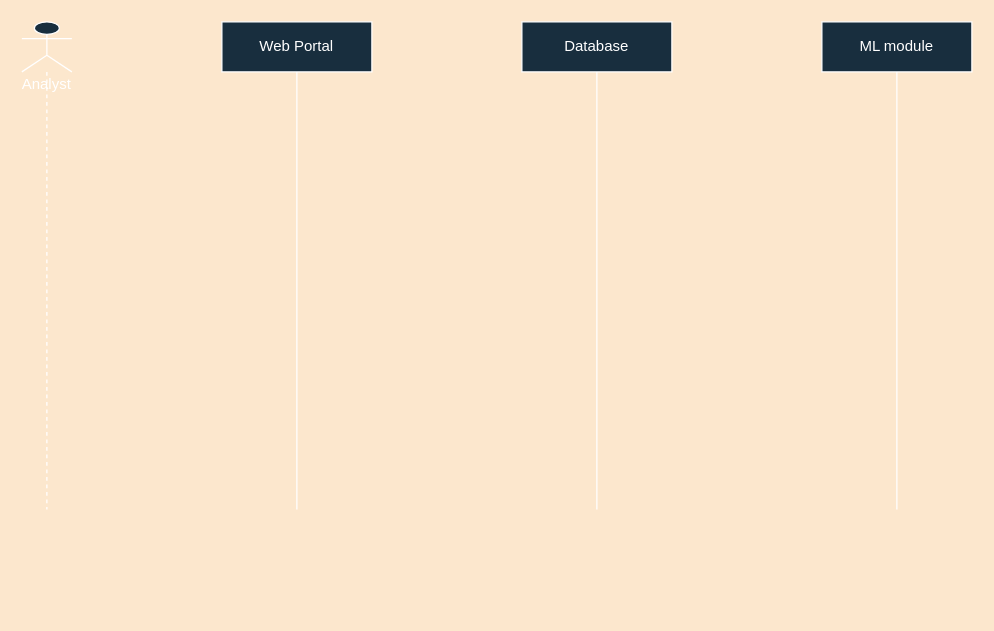
The draw.io diagram system_sequence_GBSD.drawio in mabdulrafea101/sohaib_fyp_docs, before the edit. Source tidied: cells renumbered, new cells numbered last; positions are measured from the earlier drawing's top-left corner, leaving out a move shared by most shapes. Both pictures are drawn from the tidied source at 125%, with x=0, y=0 at pixel (21, 21).
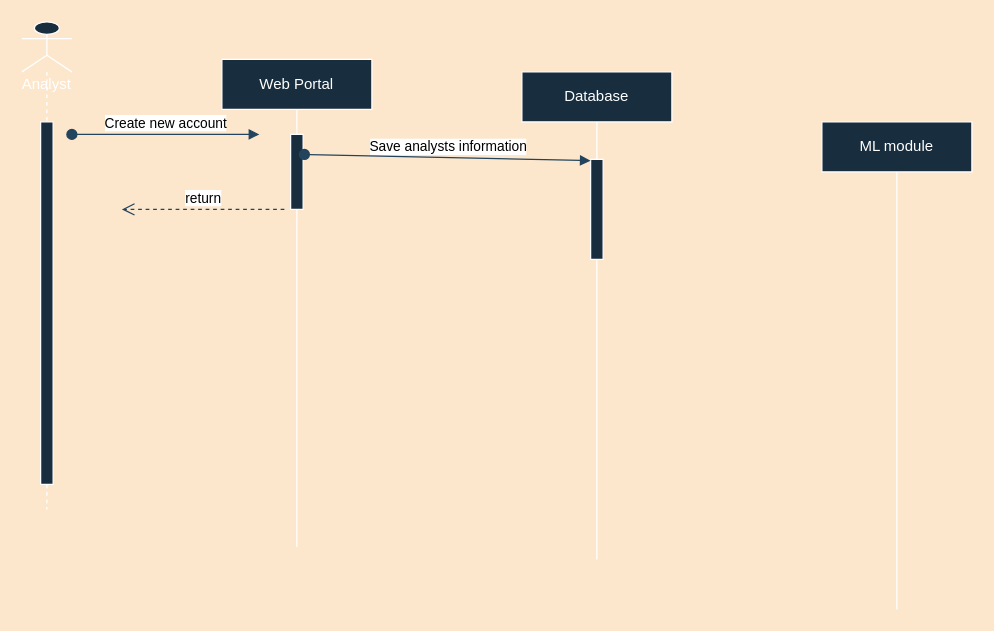
The same page after the edit.

What changed in the source:
```diff
@@
 <mxGraphModel background="#FCE7CD">
   <root>
     <mxCell id="0" />
     <mxCell id="1" parent="0" />
     <mxCell id="2" value="Web Portal" style="shape=umlLifeline;perimeter=lifelinePerimeter;whiteSpace=wrap;html=1;lifelineDashed=0;fillColor=#182E3E;strokeColor=#FFFFFF;fontColor=#FFFFFF;" parent="1" vertex="1">
-      <mxGeometry x="160" width="120" height="390" as="geometry" />
+      <mxGeometry x="160" y="30" width="120" height="390" as="geometry" />
     </mxCell>
+    <mxCell id="6" style="html=1;points=[];perimeter=orthogonalPerimeter;rounded=0;sketch=0;fontColor=#FFFFFF;strokeColor=#FFFFFF;fillColor=#182E3E;" parent="2" vertex="1">
+      <mxGeometry x="55" y="60" width="10" height="60" as="geometry" />
+    </mxCell>
     <mxCell id="3" value="Analyst" style="shape=umlLifeline;participant=umlActor;perimeter=lifelinePerimeter;whiteSpace=wrap;html=1;verticalAlign=top;spacingTop=36;rounded=0;sketch=0;fontColor=#FFFFFF;strokeColor=#FFFFFF;fillColor=#182E3E;" parent="1" vertex="1">
       <mxGeometry width="40" height="390" as="geometry" />
     </mxCell>
+    <mxCell id="7" style="html=1;perimeter=orthogonalPerimeter;rounded=0;sketch=0;fontColor=#FFFFFF;strokeColor=#FFFFFF;fillColor=#182E3E;" parent="3" vertex="1">
+      <mxGeometry x="15" y="80" width="10" height="290" as="geometry" />
+    </mxCell>
     <mxCell id="4" value="ML module" style="shape=umlLifeline;perimeter=lifelinePerimeter;whiteSpace=wrap;html=1;lifelineDashed=0;fillColor=#182E3E;strokeColor=#FFFFFF;fontColor=#FFFFFF;" parent="1" vertex="1">
-      <mxGeometry x="640" width="120" height="390" as="geometry" />
+      <mxGeometry x="640" y="80" width="120" height="390" as="geometry" />
     </mxCell>
     <mxCell id="5" value="Database" style="shape=umlLifeline;perimeter=lifelinePerimeter;whiteSpace=wrap;html=1;lifelineDashed=0;fillColor=#182E3E;strokeColor=#FFFFFF;fontColor=#FFFFFF;" parent="1" vertex="1">
-      <mxGeometry x="400" width="120" height="390" as="geometry" />
+      <mxGeometry x="400" y="40" width="120" height="390" as="geometry" />
     </mxCell>
+    <mxCell id="8" style="html=1;points=[];perimeter=orthogonalPerimeter;rounded=0;sketch=0;fontColor=#FFFFFF;strokeColor=#FFFFFF;fillColor=#182E3E;" parent="5" vertex="1">
+      <mxGeometry x="55" y="70" width="10" height="80" as="geometry" />
+    </mxCell>
+    <mxCell id="9" value="Create new account" style="html=1;verticalAlign=bottom;startArrow=oval;startFill=1;endArrow=block;startSize=8;rounded=1;sketch=0;strokeColor=#23445D;curved=0;" parent="1" edge="1">
+      <mxGeometry relative="1" as="geometry">
+        <mxPoint x="40" y="90" as="sourcePoint" />
+        <mxPoint x="190" y="90" as="targetPoint" />
+      </mxGeometry>
+    </mxCell>
+    <mxCell id="10" value="return" style="html=1;verticalAlign=bottom;endArrow=open;dashed=1;endSize=8;rounded=1;sketch=0;strokeColor=#23445D;curved=0;" parent="1" edge="1">
+      <mxGeometry relative="1" as="geometry">
+        <mxPoint x="210" y="150" as="sourcePoint" />
+        <mxPoint x="80" y="150" as="targetPoint" />
+      </mxGeometry>
+    </mxCell>
+    <mxCell id="11" value="Save analysts information" style="html=1;verticalAlign=bottom;startArrow=oval;startFill=1;endArrow=block;startSize=8;rounded=1;sketch=0;strokeColor=#23445D;curved=0;entryX=0;entryY=0.013;entryDx=0;entryDy=0;entryPerimeter=0;exitX=1.1;exitY=0.267;exitDx=0;exitDy=0;exitPerimeter=0;" parent="1" edge="1" source="6" target="8">
+      <mxGeometry relative="1" as="geometry" />
+    </mxCell>
   </root>
 </mxGraphModel>
```
